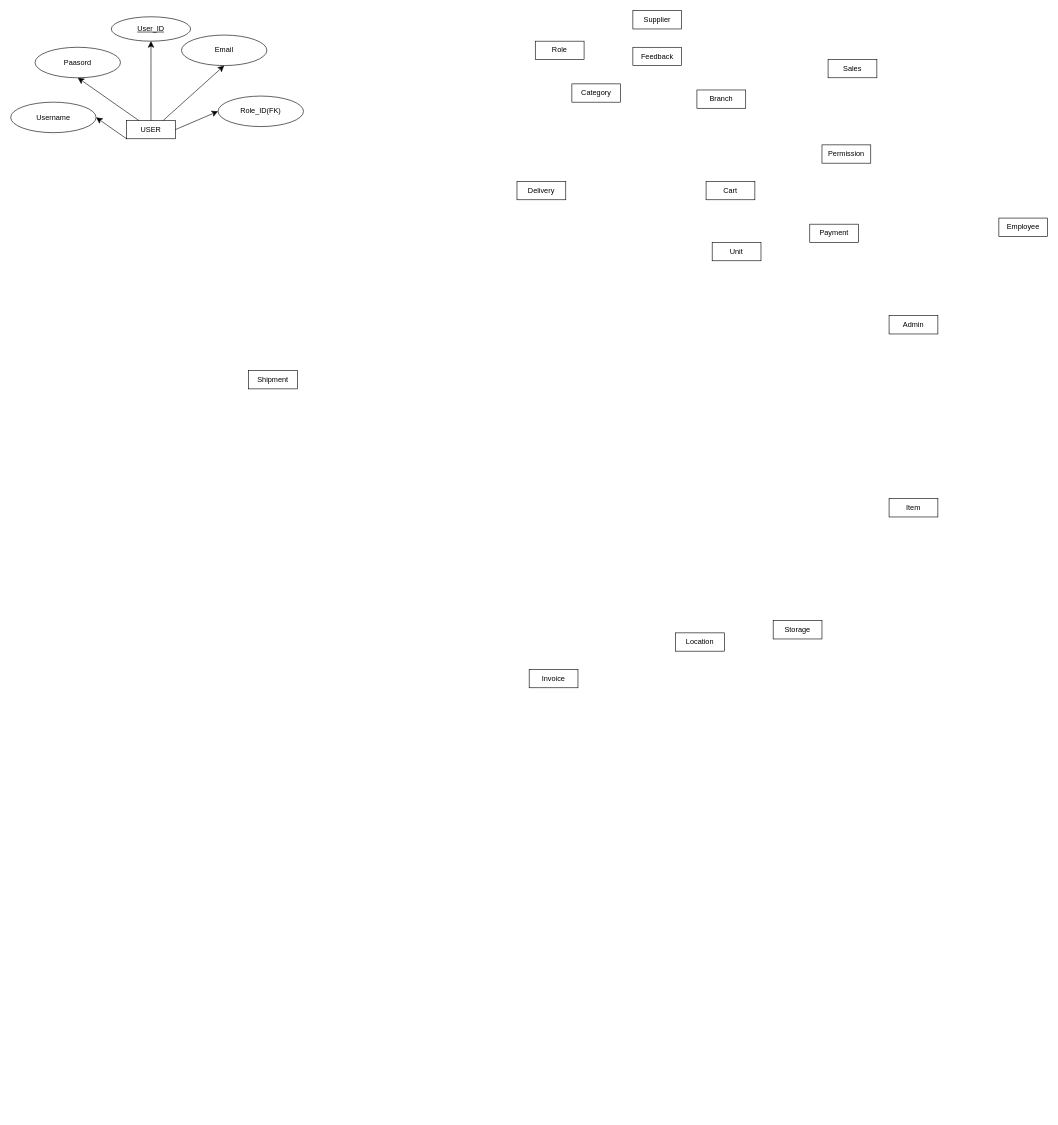
The draw.io diagram AdvancedDbProject/Untitled Diagram.drawio in barhi-ram/DataBase-SQL-Lab, before the edit. Source tidied: cells renumbered, new cells numbered last; positions are measured from the earlier drawing's top-left corner, leaving out a move shared by most shapes. Both pictures are drawn from the tidied source at 61%, with x=0, y=0 at pixel (10, 10).
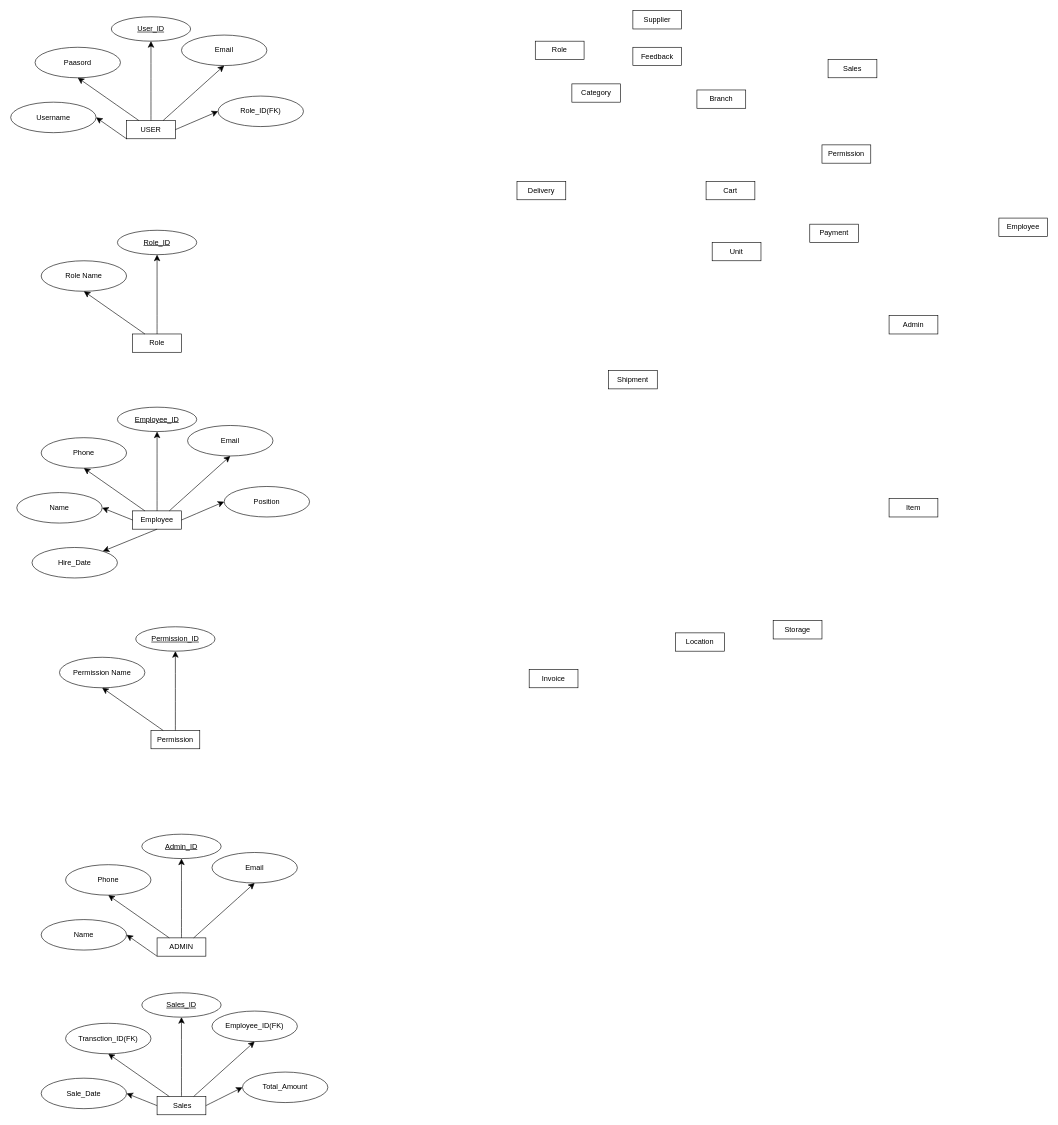
The same page after the edit.

The edit, as a diff of the source:
```diff
@@
     <mxCell id="14" value="Shipment" style="rounded=0;whiteSpace=wrap;html=1;" parent="1" vertex="1">
-      <mxGeometry x="390" y="590" width="80" height="30" as="geometry" />
+      <mxGeometry x="980" y="590" width="80" height="30" as="geometry" />
     </mxCell>
@@
+    <mxCell id="31" value="Role" style="rounded=0;whiteSpace=wrap;html=1;" parent="1" vertex="1">
+      <mxGeometry x="200" y="530" width="80" height="30" as="geometry" />
+    </mxCell>
+    <mxCell id="32" value="&lt;u&gt;Role_ID&lt;/u&gt;" style="ellipse;whiteSpace=wrap;html=1;" parent="1" vertex="1">
+      <mxGeometry x="175" y="360" width="130" height="40" as="geometry" />
+    </mxCell>
+    <mxCell id="33" style="endArrow=classic;html=1;rounded=0;fontSize=12;startSize=8;endSize=8;curved=1;exitX=0.5;exitY=0;exitDx=0;exitDy=0;entryX=0.5;entryY=1;entryDx=0;entryDy=0;" parent="1" edge="1" source="31" target="32">
+      <mxGeometry relative="1" as="geometry" />
+    </mxCell>
+    <mxCell id="34" value="Role Name" style="ellipse;whiteSpace=wrap;html=1;" parent="1" vertex="1">
+      <mxGeometry x="50" y="410" width="140" height="50" as="geometry" />
+    </mxCell>
+    <mxCell id="35" style="endArrow=classic;html=1;rounded=0;fontSize=12;startSize=8;endSize=8;curved=1;exitX=0.25;exitY=0;exitDx=0;exitDy=0;entryX=0.5;entryY=1;entryDx=0;entryDy=0;" parent="1" edge="1" source="31" target="34">
+      <mxGeometry relative="1" as="geometry" />
+    </mxCell>
+    <mxCell id="36" value="Employee" style="rounded=0;whiteSpace=wrap;html=1;" parent="1" vertex="1">
+      <mxGeometry x="200" y="820" width="80" height="30" as="geometry" />
+    </mxCell>
+    <mxCell id="37" value="&lt;u&gt;Employee_ID&lt;/u&gt;" style="ellipse;whiteSpace=wrap;html=1;" parent="1" vertex="1">
+      <mxGeometry x="175" y="650" width="130" height="40" as="geometry" />
+    </mxCell>
+    <mxCell id="38" style="endArrow=classic;html=1;rounded=0;fontSize=12;startSize=8;endSize=8;curved=1;exitX=0.5;exitY=0;exitDx=0;exitDy=0;entryX=0.5;entryY=1;entryDx=0;entryDy=0;" parent="1" edge="1" source="36" target="37">
+      <mxGeometry relative="1" as="geometry" />
+    </mxCell>
+    <mxCell id="39" value="Name" style="ellipse;whiteSpace=wrap;html=1;" parent="1" vertex="1">
+      <mxGeometry x="10" y="790" width="140" height="50" as="geometry" />
+    </mxCell>
+    <mxCell id="40" value="Phone" style="ellipse;whiteSpace=wrap;html=1;" parent="1" vertex="1">
+      <mxGeometry x="50" y="700" width="140" height="50" as="geometry" />
+    </mxCell>
+    <mxCell id="41" value="Email" style="ellipse;whiteSpace=wrap;html=1;" parent="1" vertex="1">
+      <mxGeometry x="290" y="680" width="140" height="50" as="geometry" />
+    </mxCell>
+    <mxCell id="42" value="Position" style="ellipse;whiteSpace=wrap;html=1;" parent="1" vertex="1">
+      <mxGeometry x="350" y="780" width="140" height="50" as="geometry" />
+    </mxCell>
+    <mxCell id="43" style="endArrow=classic;html=1;rounded=0;fontSize=12;startSize=8;endSize=8;curved=1;exitX=0;exitY=0.5;exitDx=0;exitDy=0;entryX=1;entryY=0.5;entryDx=0;entryDy=0;" parent="1" edge="1" source="36" target="39">
+      <mxGeometry relative="1" as="geometry" />
+    </mxCell>
+    <mxCell id="44" style="endArrow=classic;html=1;rounded=0;fontSize=12;startSize=8;endSize=8;curved=1;exitX=0.25;exitY=0;exitDx=0;exitDy=0;entryX=0.5;entryY=1;entryDx=0;entryDy=0;" parent="1" edge="1" source="36" target="40">
+      <mxGeometry relative="1" as="geometry" />
+    </mxCell>
+    <mxCell id="45" style="endArrow=classic;html=1;rounded=0;fontSize=12;startSize=8;endSize=8;curved=1;exitX=1;exitY=0.5;exitDx=0;exitDy=0;entryX=0;entryY=0.5;entryDx=0;entryDy=0;" parent="1" edge="1" source="36" target="42">
+      <mxGeometry relative="1" as="geometry" />
+    </mxCell>
+    <mxCell id="46" style="endArrow=classic;html=1;rounded=0;fontSize=12;startSize=8;endSize=8;curved=1;exitX=0.75;exitY=0;exitDx=0;exitDy=0;entryX=0.5;entryY=1;entryDx=0;entryDy=0;" parent="1" edge="1" source="36" target="41">
+      <mxGeometry relative="1" as="geometry" />
+    </mxCell>
+    <mxCell id="47" value="Permission" style="rounded=0;whiteSpace=wrap;html=1;" parent="1" vertex="1">
+      <mxGeometry x="230" y="1180" width="80" height="30" as="geometry" />
+    </mxCell>
+    <mxCell id="48" value="&lt;u&gt;Permission_ID&lt;/u&gt;" style="ellipse;whiteSpace=wrap;html=1;" parent="1" vertex="1">
+      <mxGeometry x="205" y="1010" width="130" height="40" as="geometry" />
+    </mxCell>
+    <mxCell id="49" style="endArrow=classic;html=1;rounded=0;fontSize=12;startSize=8;endSize=8;curved=1;exitX=0.5;exitY=0;exitDx=0;exitDy=0;entryX=0.5;entryY=1;entryDx=0;entryDy=0;" parent="1" edge="1" source="47" target="48">
+      <mxGeometry relative="1" as="geometry" />
+    </mxCell>
+    <mxCell id="50" value="Permission Name" style="ellipse;whiteSpace=wrap;html=1;" parent="1" vertex="1">
+      <mxGeometry x="80" y="1060" width="140" height="50" as="geometry" />
+    </mxCell>
+    <mxCell id="51" style="endArrow=classic;html=1;rounded=0;fontSize=12;startSize=8;endSize=8;curved=1;exitX=0.25;exitY=0;exitDx=0;exitDy=0;entryX=0.5;entryY=1;entryDx=0;entryDy=0;" parent="1" edge="1" source="47" target="50">
+      <mxGeometry relative="1" as="geometry" />
+    </mxCell>
+    <mxCell id="52" value="Hire_Date" style="ellipse;whiteSpace=wrap;html=1;" parent="1" vertex="1">
+      <mxGeometry x="35" y="880" width="140" height="50" as="geometry" />
+    </mxCell>
+    <mxCell id="53" style="endArrow=classic;html=1;rounded=0;fontSize=12;startSize=8;endSize=8;curved=1;exitX=0.5;exitY=1;exitDx=0;exitDy=0;" parent="1" edge="1" source="36" target="52">
+      <mxGeometry relative="1" as="geometry" />
+    </mxCell>
+    <mxCell id="54" value="ADMIN" style="rounded=0;whiteSpace=wrap;html=1;" parent="1" vertex="1">
+      <mxGeometry x="240" y="1520" width="80" height="30" as="geometry" />
+    </mxCell>
+    <mxCell id="55" value="&lt;u&gt;Admin_ID&lt;/u&gt;" style="ellipse;whiteSpace=wrap;html=1;" parent="1" vertex="1">
+      <mxGeometry x="215" y="1350" width="130" height="40" as="geometry" />
+    </mxCell>
+    <mxCell id="56" style="endArrow=classic;html=1;rounded=0;fontSize=12;startSize=8;endSize=8;curved=1;exitX=0.5;exitY=0;exitDx=0;exitDy=0;entryX=0.5;entryY=1;entryDx=0;entryDy=0;" parent="1" edge="1" source="54" target="55">
+      <mxGeometry relative="1" as="geometry" />
+    </mxCell>
+    <mxCell id="57" value="Name" style="ellipse;whiteSpace=wrap;html=1;" parent="1" vertex="1">
+      <mxGeometry x="50" y="1490" width="140" height="50" as="geometry" />
+    </mxCell>
+    <mxCell id="58" value="Phone" style="ellipse;whiteSpace=wrap;html=1;" parent="1" vertex="1">
+      <mxGeometry x="90" y="1400" width="140" height="50" as="geometry" />
+    </mxCell>
+    <mxCell id="59" value="Email" style="ellipse;whiteSpace=wrap;html=1;" parent="1" vertex="1">
+      <mxGeometry x="330" y="1380" width="140" height="50" as="geometry" />
+    </mxCell>
+    <mxCell id="60" style="endArrow=classic;html=1;rounded=0;fontSize=12;startSize=8;endSize=8;curved=1;exitX=0;exitY=1;exitDx=0;exitDy=0;entryX=1;entryY=0.5;entryDx=0;entryDy=0;" parent="1" edge="1" source="54" target="57">
+      <mxGeometry relative="1" as="geometry" />
+    </mxCell>
+    <mxCell id="61" style="endArrow=classic;html=1;rounded=0;fontSize=12;startSize=8;endSize=8;curved=1;exitX=0.25;exitY=0;exitDx=0;exitDy=0;entryX=0.5;entryY=1;entryDx=0;entryDy=0;" parent="1" edge="1" source="54" target="58">
+      <mxGeometry relative="1" as="geometry" />
+    </mxCell>
+    <mxCell id="62" style="endArrow=classic;html=1;rounded=0;fontSize=12;startSize=8;endSize=8;curved=1;exitX=0.75;exitY=0;exitDx=0;exitDy=0;entryX=0.5;entryY=1;entryDx=0;entryDy=0;" parent="1" edge="1" source="54" target="59">
+      <mxGeometry relative="1" as="geometry" />
+    </mxCell>
+    <mxCell id="63" value="&amp;nbsp;Sales" style="rounded=0;whiteSpace=wrap;html=1;" parent="1" vertex="1">
+      <mxGeometry x="240" y="1780" width="80" height="30" as="geometry" />
+    </mxCell>
+    <mxCell id="64" value="&lt;u&gt;Sales_ID&lt;/u&gt;" style="ellipse;whiteSpace=wrap;html=1;" parent="1" vertex="1">
+      <mxGeometry x="215" y="1610" width="130" height="40" as="geometry" />
+    </mxCell>
+    <mxCell id="65" style="endArrow=classic;html=1;rounded=0;fontSize=12;startSize=8;endSize=8;curved=1;exitX=0.5;exitY=0;exitDx=0;exitDy=0;entryX=0.5;entryY=1;entryDx=0;entryDy=0;" parent="1" edge="1" source="63" target="64">
+      <mxGeometry relative="1" as="geometry" />
+    </mxCell>
+    <mxCell id="66" value="Sale_Date" style="ellipse;whiteSpace=wrap;html=1;" parent="1" vertex="1">
+      <mxGeometry x="50" y="1750" width="140" height="50" as="geometry" />
+    </mxCell>
+    <mxCell id="67" value="Transction_ID(FK)" style="ellipse;whiteSpace=wrap;html=1;" parent="1" vertex="1">
+      <mxGeometry x="90" y="1660" width="140" height="50" as="geometry" />
+    </mxCell>
+    <mxCell id="68" value="Employee_ID(FK)" style="ellipse;whiteSpace=wrap;html=1;" parent="1" vertex="1">
+      <mxGeometry x="330" y="1640" width="140" height="50" as="geometry" />
+    </mxCell>
+    <mxCell id="69" style="endArrow=classic;html=1;rounded=0;fontSize=12;startSize=8;endSize=8;curved=1;exitX=0;exitY=0.5;exitDx=0;exitDy=0;entryX=1;entryY=0.5;entryDx=0;entryDy=0;" parent="1" edge="1" source="63" target="66">
+      <mxGeometry relative="1" as="geometry" />
+    </mxCell>
+    <mxCell id="70" style="endArrow=classic;html=1;rounded=0;fontSize=12;startSize=8;endSize=8;curved=1;exitX=0.25;exitY=0;exitDx=0;exitDy=0;entryX=0.5;entryY=1;entryDx=0;entryDy=0;" parent="1" edge="1" source="63" target="67">
+      <mxGeometry relative="1" as="geometry" />
+    </mxCell>
+    <mxCell id="71" style="endArrow=classic;html=1;rounded=0;fontSize=12;startSize=8;endSize=8;curved=1;exitX=0.75;exitY=0;exitDx=0;exitDy=0;entryX=0.5;entryY=1;entryDx=0;entryDy=0;" parent="1" edge="1" source="63" target="68">
+      <mxGeometry relative="1" as="geometry" />
+    </mxCell>
+    <mxCell id="72" value="Total_Amount" style="ellipse;whiteSpace=wrap;html=1;" parent="1" vertex="1">
+      <mxGeometry x="380" y="1740" width="140" height="50" as="geometry" />
+    </mxCell>
+    <mxCell id="73" style="endArrow=classic;html=1;rounded=0;fontSize=12;startSize=8;endSize=8;curved=1;exitX=1;exitY=0.5;exitDx=0;exitDy=0;entryX=0;entryY=0.5;entryDx=0;entryDy=0;" parent="1" edge="1" source="63" target="72">
+      <mxGeometry relative="1" as="geometry" />
+    </mxCell>
```
